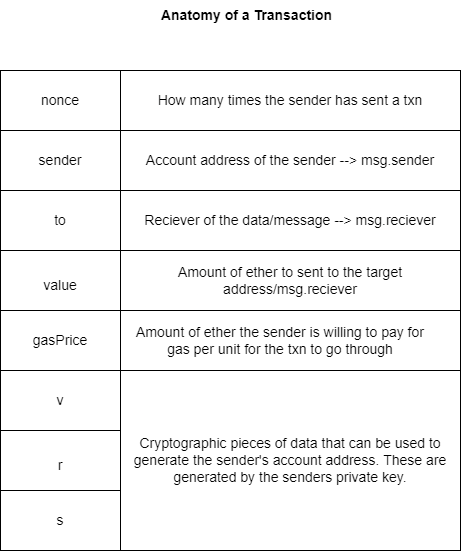
This is Transaction.drawio.png from Web3-courses/Diagrams, a draw.io export, as it was before one commit. Source tidied: cells renumbered, new cells last; positions are measured from the earlier drawing's top-left corner, leaving out a move shared by most shapes.
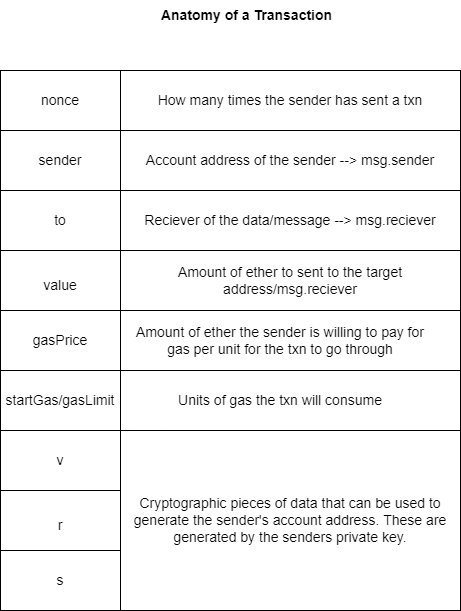
The same file after the commit.

Diff of the diagram source:
```diff
@@ -39,16 +39,16 @@
       <mxGeometry x="120" y="310" width="340" height="60" as="geometry" />
     </mxCell>
     <mxCell id="14" style="rounded=0;whiteSpace=wrap;html=1;fontSize=14;" parent="1" vertex="1">
-      <mxGeometry y="370" width="120" height="60" as="geometry" />
+      <mxGeometry y="430" width="120" height="60" as="geometry" />
     </mxCell>
     <mxCell id="15" style="rounded=0;whiteSpace=wrap;html=1;fontSize=14;" parent="1" vertex="1">
-      <mxGeometry y="430" width="120" height="60" as="geometry" />
+      <mxGeometry y="490" width="120" height="60" as="geometry" />
     </mxCell>
     <mxCell id="16" style="rounded=0;whiteSpace=wrap;html=1;fontSize=14;" parent="1" vertex="1">
-      <mxGeometry y="490" width="120" height="60" as="geometry" />
+      <mxGeometry y="550" width="120" height="60" as="geometry" />
     </mxCell>
     <mxCell id="17" style="rounded=0;whiteSpace=wrap;html=1;fontSize=14;" parent="1" vertex="1">
-      <mxGeometry x="120" y="370" width="340" height="180" as="geometry" />
+      <mxGeometry x="120" y="430" width="340" height="180" as="geometry" />
     </mxCell>
     <mxCell id="18" value="nonce" style="text;html=1;strokeColor=none;fillColor=none;align=center;verticalAlign=middle;whiteSpace=wrap;rounded=0;fontSize=14;" parent="1" vertex="1">
       <mxGeometry x="30" y="85" width="60" height="30" as="geometry" />
@@ -81,16 +81,28 @@
       <mxGeometry x="130" y="325" width="300" height="30" as="geometry" />
     </mxCell>
     <mxCell id="28" value="v" style="text;html=1;strokeColor=none;fillColor=none;align=center;verticalAlign=middle;whiteSpace=wrap;rounded=0;fontSize=14;" parent="1" vertex="1">
-      <mxGeometry x="30" y="385" width="60" height="30" as="geometry" />
+      <mxGeometry x="30" y="445" width="60" height="30" as="geometry" />
     </mxCell>
     <mxCell id="29" value="r" style="text;html=1;strokeColor=none;fillColor=none;align=center;verticalAlign=middle;whiteSpace=wrap;rounded=0;fontSize=14;" parent="1" vertex="1">
-      <mxGeometry x="30" y="450" width="60" height="30" as="geometry" />
+      <mxGeometry x="30" y="510" width="60" height="30" as="geometry" />
     </mxCell>
     <mxCell id="30" value="s" style="text;html=1;strokeColor=none;fillColor=none;align=center;verticalAlign=middle;whiteSpace=wrap;rounded=0;fontSize=14;" parent="1" vertex="1">
-      <mxGeometry x="30" y="505" width="60" height="30" as="geometry" />
+      <mxGeometry x="30" y="565" width="60" height="30" as="geometry" />
     </mxCell>
     <mxCell id="31" value="Cryptographic pieces of data that can be used to generate the sender's account address. These are generated by the senders private key." style="text;html=1;strokeColor=none;fillColor=none;align=center;verticalAlign=middle;whiteSpace=wrap;rounded=0;fontSize=14;" parent="1" vertex="1">
-      <mxGeometry x="130" y="445" width="320" height="30" as="geometry" />
+      <mxGeometry x="130" y="505" width="320" height="30" as="geometry" />
     </mxCell>
+    <mxCell id="32" style="rounded=0;whiteSpace=wrap;html=1;fontSize=14;" parent="1" vertex="1">
+      <mxGeometry y="370" width="120" height="60" as="geometry" />
+    </mxCell>
+    <mxCell id="33" style="rounded=0;whiteSpace=wrap;html=1;fontSize=14;" parent="1" vertex="1">
+      <mxGeometry x="120" y="370" width="340" height="60" as="geometry" />
+    </mxCell>
+    <mxCell id="34" value="startGas/gasLimit" style="text;html=1;strokeColor=none;fillColor=none;align=center;verticalAlign=middle;whiteSpace=wrap;rounded=0;fontSize=14;" parent="1" vertex="1">
+      <mxGeometry x="30" y="385" width="60" height="30" as="geometry" />
+    </mxCell>
+    <mxCell id="35" value="Units of gas the txn will consume" style="text;html=1;strokeColor=none;fillColor=none;align=center;verticalAlign=middle;whiteSpace=wrap;rounded=0;fontSize=14;" parent="1" vertex="1">
+      <mxGeometry x="130" y="385" width="300" height="30" as="geometry" />
+    </mxCell>
   </root>
 </mxGraphModel>
```
